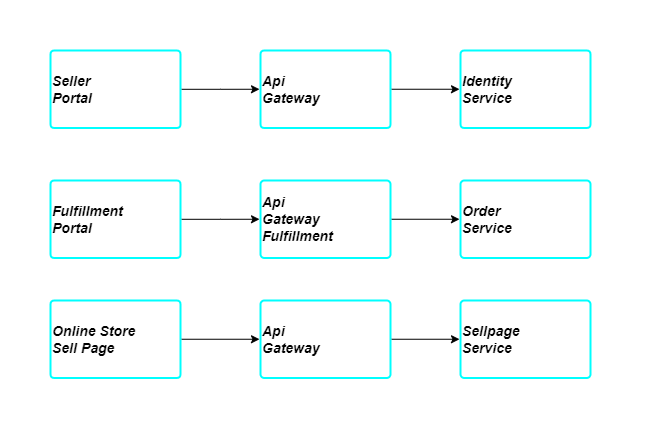
The draw.io diagram docs/img/e2way_frontend.drawio.png in aionbyte/aiondocs, before a commit. Source tidied: cells renumbered, new cells last; positions are measured from the earlier drawing's top-left corner, leaving out a move shared by most shapes. Source of this version:
```xml
<mxGraphModel>
  <root>
    <mxCell id="0" />
    <mxCell id="1" parent="0" />
    <mxCell id="2" style="rounded=0;whiteSpace=wrap;html=1;strokeColor=none;" parent="1" vertex="1">
      <mxGeometry width="660" height="420" as="geometry" />
    </mxCell>
    <mxCell id="3" style="edgeStyle=orthogonalEdgeStyle;rounded=0;jettySize=auto;html=1;entryX=0;entryY=0.5;entryDx=0;entryDy=0;" parent="1" edge="1" source="4" target="6">
      <mxGeometry relative="1" as="geometry" />
    </mxCell>
    <mxCell id="4" value="Seller&lt;br&gt;Portal" style="rounded=1;whiteSpace=wrap;html=1;align=left;labelPosition=center;verticalLabelPosition=middle;verticalAlign=middle;fontStyle=3;fontSize=14;perimeterSpacing=1;glass=0;sketch=0;arcSize=5;imageHeight=24;strokeColor=#00FFFF;strokeWidth=2;" parent="1" vertex="1">
      <mxGeometry x="50" y="50" width="130" height="77.5" as="geometry" />
    </mxCell>
    <mxCell id="5" style="edgeStyle=orthogonalEdgeStyle;rounded=0;jettySize=auto;html=1;" parent="1" edge="1" source="6" target="7">
      <mxGeometry relative="1" as="geometry" />
    </mxCell>
    <mxCell id="6" value="Api&lt;br&gt;Gateway" style="rounded=1;whiteSpace=wrap;html=1;align=left;labelPosition=center;verticalLabelPosition=middle;verticalAlign=middle;fontStyle=3;fontSize=14;perimeterSpacing=1;glass=0;sketch=0;arcSize=5;imageHeight=24;strokeColor=#00FFFF;strokeWidth=2;" parent="1" vertex="1">
      <mxGeometry x="260" y="50" width="130" height="77.5" as="geometry" />
    </mxCell>
    <mxCell id="7" value="Identity&lt;br&gt;Service" style="rounded=1;whiteSpace=wrap;html=1;align=left;labelPosition=center;verticalLabelPosition=middle;verticalAlign=middle;fontStyle=3;fontSize=14;perimeterSpacing=1;glass=0;sketch=0;arcSize=5;imageHeight=24;strokeColor=#00FFFF;strokeWidth=2;" parent="1" vertex="1">
      <mxGeometry x="460" y="50" width="130" height="77.5" as="geometry" />
    </mxCell>
    <mxCell id="8" style="edgeStyle=orthogonalEdgeStyle;rounded=0;jettySize=auto;html=1;entryX=0;entryY=0.5;entryDx=0;entryDy=0;" parent="1" edge="1" source="9" target="11">
      <mxGeometry relative="1" as="geometry" />
    </mxCell>
    <mxCell id="9" value="Fulfillment&lt;br&gt;Portal" style="rounded=1;whiteSpace=wrap;html=1;align=left;labelPosition=center;verticalLabelPosition=middle;verticalAlign=middle;fontStyle=3;fontSize=14;perimeterSpacing=1;glass=0;sketch=0;arcSize=5;imageHeight=24;strokeColor=#00FFFF;strokeWidth=2;" parent="1" vertex="1">
      <mxGeometry x="50" y="180" width="130" height="77.5" as="geometry" />
    </mxCell>
    <mxCell id="10" style="edgeStyle=orthogonalEdgeStyle;rounded=0;jettySize=auto;html=1;" parent="1" edge="1" source="11" target="12">
      <mxGeometry relative="1" as="geometry" />
    </mxCell>
    <mxCell id="11" value="Api&lt;br&gt;Gateway&lt;br&gt;Fulfillment" style="rounded=1;whiteSpace=wrap;html=1;align=left;labelPosition=center;verticalLabelPosition=middle;verticalAlign=middle;fontStyle=3;fontSize=14;perimeterSpacing=1;glass=0;sketch=0;arcSize=5;imageHeight=24;strokeColor=#00FFFF;strokeWidth=2;" parent="1" vertex="1">
      <mxGeometry x="260" y="180" width="130" height="77.5" as="geometry" />
    </mxCell>
    <mxCell id="12" value="Order&lt;br&gt;Service" style="rounded=1;whiteSpace=wrap;html=1;align=left;labelPosition=center;verticalLabelPosition=middle;verticalAlign=middle;fontStyle=3;fontSize=14;perimeterSpacing=1;glass=0;sketch=0;arcSize=5;imageHeight=24;strokeColor=#00FFFF;strokeWidth=2;" parent="1" vertex="1">
      <mxGeometry x="460" y="180" width="130" height="77.5" as="geometry" />
    </mxCell>
    <mxCell id="13" style="edgeStyle=orthogonalEdgeStyle;rounded=0;jettySize=auto;html=1;" parent="1" edge="1" source="14" target="16">
      <mxGeometry relative="1" as="geometry" />
    </mxCell>
    <mxCell id="14" value="Online Store&lt;br&gt;Sell Page" style="rounded=1;whiteSpace=wrap;html=1;align=left;labelPosition=center;verticalLabelPosition=middle;verticalAlign=middle;fontStyle=3;fontSize=14;perimeterSpacing=1;glass=0;sketch=0;arcSize=5;imageHeight=24;strokeColor=#00FFFF;strokeWidth=2;" parent="1" vertex="1">
      <mxGeometry x="50" y="300" width="130" height="77.5" as="geometry" />
    </mxCell>
    <mxCell id="15" style="edgeStyle=orthogonalEdgeStyle;rounded=0;jettySize=auto;html=1;" parent="1" edge="1" source="16" target="17">
      <mxGeometry relative="1" as="geometry" />
    </mxCell>
    <mxCell id="16" value="Api&lt;br&gt;Gateway" style="rounded=1;whiteSpace=wrap;html=1;align=left;labelPosition=center;verticalLabelPosition=middle;verticalAlign=middle;fontStyle=3;fontSize=14;perimeterSpacing=1;glass=0;sketch=0;arcSize=5;imageHeight=24;strokeColor=#00FFFF;strokeWidth=2;" parent="1" vertex="1">
      <mxGeometry x="260" y="300" width="130" height="77.5" as="geometry" />
    </mxCell>
    <mxCell id="17" value="Sellpage&lt;br&gt;Service" style="rounded=1;whiteSpace=wrap;html=1;align=left;labelPosition=center;verticalLabelPosition=middle;verticalAlign=middle;fontStyle=3;fontSize=14;perimeterSpacing=1;glass=0;sketch=0;arcSize=5;imageHeight=24;strokeColor=#00FFFF;strokeWidth=2;" parent="1" vertex="1">
      <mxGeometry x="460" y="300" width="130" height="77.5" as="geometry" />
    </mxCell>
  </root>
</mxGraphModel>
```
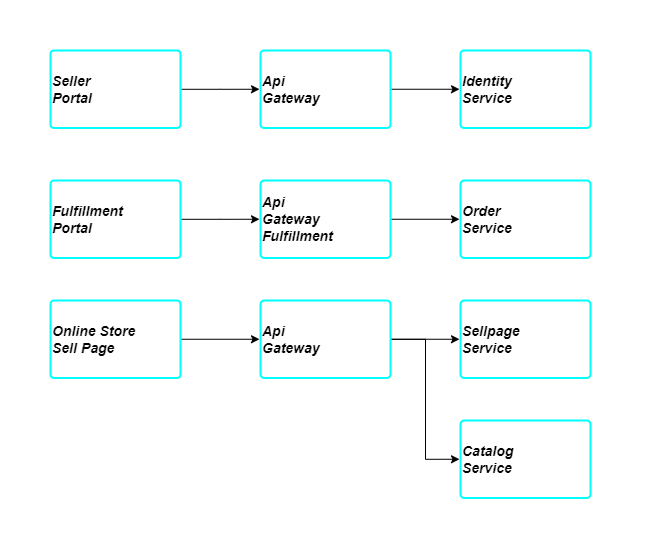
The same diagram one commit later.

What changed in the source:
```diff
@@ -3,7 +3,7 @@
     <mxCell id="0" />
     <mxCell id="1" parent="0" />
     <mxCell id="2" style="rounded=0;whiteSpace=wrap;html=1;strokeColor=none;" parent="1" vertex="1">
-      <mxGeometry width="660" height="420" as="geometry" />
+      <mxGeometry width="660" height="540" as="geometry" />
     </mxCell>
     <mxCell id="3" style="edgeStyle=orthogonalEdgeStyle;rounded=0;jettySize=auto;html=1;entryX=0;entryY=0.5;entryDx=0;entryDy=0;" parent="1" edge="1" source="4" target="6">
       <mxGeometry relative="1" as="geometry" />
@@ -44,11 +44,17 @@
     <mxCell id="15" style="edgeStyle=orthogonalEdgeStyle;rounded=0;jettySize=auto;html=1;" parent="1" edge="1" source="16" target="17">
       <mxGeometry relative="1" as="geometry" />
     </mxCell>
+    <mxCell id="18" style="edgeStyle=orthogonalEdgeStyle;rounded=0;jettySize=auto;html=1;entryX=0;entryY=0.5;entryDx=0;entryDy=0;" parent="1" edge="1" source="16" target="19">
+      <mxGeometry relative="1" as="geometry" />
+    </mxCell>
     <mxCell id="16" value="Api&lt;br&gt;Gateway" style="rounded=1;whiteSpace=wrap;html=1;align=left;labelPosition=center;verticalLabelPosition=middle;verticalAlign=middle;fontStyle=3;fontSize=14;perimeterSpacing=1;glass=0;sketch=0;arcSize=5;imageHeight=24;strokeColor=#00FFFF;strokeWidth=2;" parent="1" vertex="1">
       <mxGeometry x="260" y="300" width="130" height="77.5" as="geometry" />
     </mxCell>
     <mxCell id="17" value="Sellpage&lt;br&gt;Service" style="rounded=1;whiteSpace=wrap;html=1;align=left;labelPosition=center;verticalLabelPosition=middle;verticalAlign=middle;fontStyle=3;fontSize=14;perimeterSpacing=1;glass=0;sketch=0;arcSize=5;imageHeight=24;strokeColor=#00FFFF;strokeWidth=2;" parent="1" vertex="1">
       <mxGeometry x="460" y="300" width="130" height="77.5" as="geometry" />
     </mxCell>
+    <mxCell id="19" value="Catalog&lt;br&gt;Service" style="rounded=1;whiteSpace=wrap;html=1;align=left;labelPosition=center;verticalLabelPosition=middle;verticalAlign=middle;fontStyle=3;fontSize=14;perimeterSpacing=1;glass=0;sketch=0;arcSize=5;imageHeight=24;strokeColor=#00FFFF;strokeWidth=2;" parent="1" vertex="1">
+      <mxGeometry x="460" y="420" width="130" height="77.5" as="geometry" />
+    </mxCell>
   </root>
 </mxGraphModel>
```
